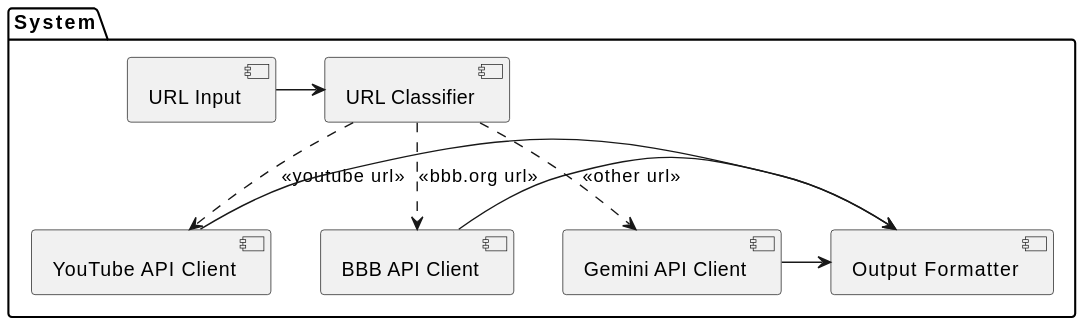
Above: img/components.svg in ValeryVerkhoturov/gemini-webscrapping (PlantUML), before the change. Source of this version:
```plantuml
@startuml
package "System" {

  component "URL Input" as urlInput
  component "URL Classifier" as urlClass
  component "YouTube API Client" as ytClient
  component "BBB API Client" as bbbClient
  component "Gemini API Client" as geminiClient
  component "Output Formatter" as output

  urlInput -right-> urlClass
  urlClass ..> ytClient : <<youtube url>>
  urlClass ..> bbbClient : <<bbb.org url>>
  urlClass ..> geminiClient : <<other url>>
  ytClient -right-> output
  bbbClient -right-> output
  geminiClient -right-> output

}
@enduml
```
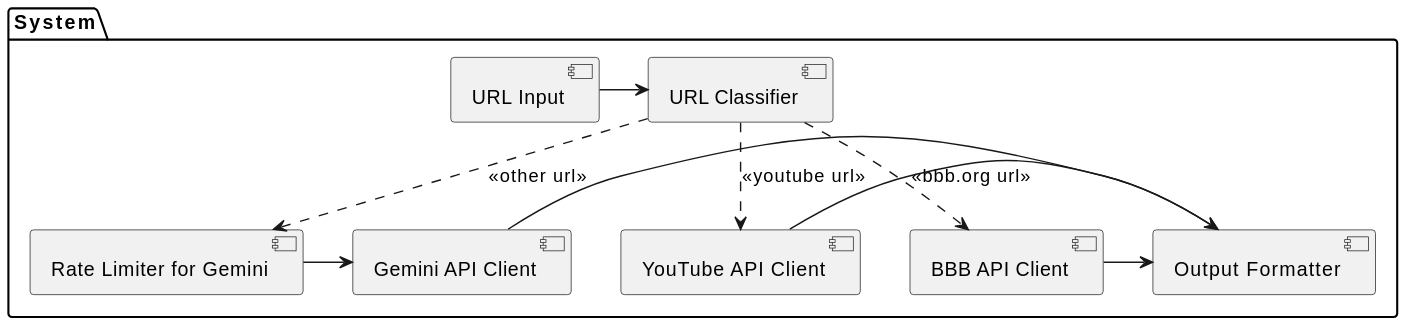
The same diagram one commit later.

Commit message:
feat: add gemini rate limiter and examples

Change to the diagram source:
```diff
@@ -5,13 +5,15 @@
   component "URL Classifier" as urlClass
   component "YouTube API Client" as ytClient
   component "BBB API Client" as bbbClient
+  component "Rate Limiter for Gemini" as geminiLimiter
   component "Gemini API Client" as geminiClient
   component "Output Formatter" as output
 
   urlInput -right-> urlClass
   urlClass ..> ytClient : <<youtube url>>
   urlClass ..> bbbClient : <<bbb.org url>>
-  urlClass ..> geminiClient : <<other url>>
+  urlClass ..> geminiLimiter : <<other url>>
+  geminiLimiter -right-> geminiClient
   ytClient -right-> output
   bbbClient -right-> output
   geminiClient -right-> output
```
